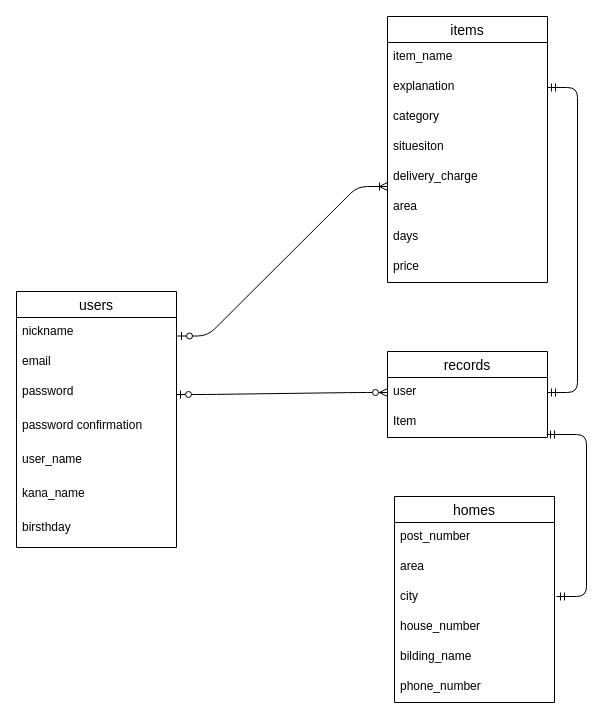
Above: test.dio in nanana4419/furima-37876 (draw.io), before the change. Source tidied: cells renumbered, new cells numbered last; positions are measured from the earlier drawing's top-left corner, leaving out a move shared by most shapes. Both pictures are drawn from the tidied source at 100%, with x=0, y=0 at pixel (16, 16).
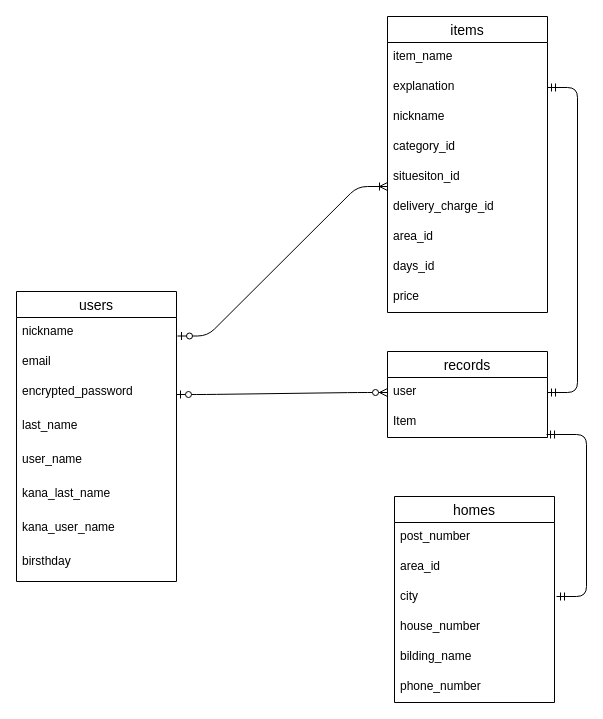
After the change.

The change refers to these unchanged cells:
```xml
<mxCell id="22" value="homes" style="swimlane;fontStyle=0;horizontal=1;startSize=26;align=center;fontSize=14;" parent="1" vertex="1">
  <mxGeometry x="378" y="480" width="160" height="206" as="geometry" />
</mxCell>
```

What changed in the source:
```diff
@@
     <mxCell id="2" value="users" style="swimlane;fontStyle=0;horizontal=1;startSize=26;align=center;fontSize=14;" parent="1" vertex="1">
-      <mxGeometry y="275" width="160" height="256" as="geometry" />
+      <mxGeometry y="275" width="160" height="290" as="geometry" />
     </mxCell>
@@
-    <mxCell id="5" value="password" style="text;strokeColor=none;fillColor=none;spacingLeft=4;spacingRight=4;overflow=hidden;points=[[0,0.5],[1,0.5]];portConstraint=eastwest;fontSize=12;" parent="2" vertex="1">
+    <mxCell id="5" value="encrypted_password" style="text;strokeColor=none;fillColor=none;spacingLeft=4;spacingRight=4;overflow=hidden;points=[[0,0.5],[1,0.5]];portConstraint=eastwest;fontSize=12;" parent="2" vertex="1">
       <mxGeometry y="86" width="160" height="34" as="geometry" />
     </mxCell>
-    <mxCell id="6" value="password confirmation" style="text;strokeColor=none;fillColor=none;spacingLeft=4;spacingRight=4;overflow=hidden;fontSize=12;" parent="2" vertex="1">
-      <mxGeometry y="120" width="160" height="34" as="geometry" />
-    </mxCell>
-    <mxCell id="7" value="user_name" style="text;strokeColor=none;fillColor=none;spacingLeft=4;spacingRight=4;overflow=hidden;fontSize=12;" parent="2" vertex="1">
-      <mxGeometry y="154" width="160" height="34" as="geometry" />
+    <mxCell id="7" value="last_name" style="text;strokeColor=none;fillColor=none;spacingLeft=4;spacingRight=4;overflow=hidden;fontSize=12;" parent="2" vertex="1">
+      <mxGeometry y="120" width="160" height="34" as="geometry" />
     </mxCell>
+    <mxCell id="33" value="user_name" style="text;strokeColor=none;fillColor=none;spacingLeft=4;spacingRight=4;overflow=hidden;fontSize=12;" parent="2" vertex="1">
+      <mxGeometry y="154" width="160" height="34" as="geometry" />
+    </mxCell>
-    <mxCell id="8" value="kana_name" style="text;strokeColor=none;fillColor=none;spacingLeft=4;spacingRight=4;overflow=hidden;fontSize=12;" parent="2" vertex="1">
+    <mxCell id="8" value="kana_last_name" style="text;strokeColor=none;fillColor=none;spacingLeft=4;spacingRight=4;overflow=hidden;fontSize=12;" parent="2" vertex="1">
       <mxGeometry y="188" width="160" height="34" as="geometry" />
     </mxCell>
+    <mxCell id="34" value="kana_user_name" style="text;strokeColor=none;fillColor=none;spacingLeft=4;spacingRight=4;overflow=hidden;fontSize=12;" parent="2" vertex="1">
+      <mxGeometry y="222" width="160" height="34" as="geometry" />
+    </mxCell>
     <mxCell id="9" value="birsthday" style="text;strokeColor=none;fillColor=none;spacingLeft=4;spacingRight=4;overflow=hidden;fontSize=12;" parent="2" vertex="1">
-      <mxGeometry y="222" width="160" height="34" as="geometry" />
+      <mxGeometry y="256" width="160" height="34" as="geometry" />
     </mxCell>
     <mxCell id="10" value="items" style="swimlane;fontStyle=0;horizontal=1;startSize=26;align=center;fontSize=14;" parent="1" vertex="1">
-      <mxGeometry x="371" width="160" height="266" as="geometry" />
+      <mxGeometry x="371" width="160" height="296" as="geometry" />
     </mxCell>
@@
+    <mxCell id="35" value="nickname" style="text;strokeColor=none;fillColor=none;spacingLeft=4;spacingRight=4;overflow=hidden;fontSize=12;" parent="10" vertex="1">
+      <mxGeometry y="86" width="160" height="30" as="geometry" />
+    </mxCell>
-    <mxCell id="13" value="category" style="text;strokeColor=none;fillColor=none;spacingLeft=4;spacingRight=4;overflow=hidden;fontSize=12;" parent="10" vertex="1">
-      <mxGeometry y="86" width="160" height="30" as="geometry" />
+    <mxCell id="13" value="category_id" style="text;strokeColor=none;fillColor=none;spacingLeft=4;spacingRight=4;overflow=hidden;fontSize=12;" parent="10" vertex="1">
+      <mxGeometry y="116" width="160" height="30" as="geometry" />
     </mxCell>
-    <mxCell id="14" value="situesiton" style="text;strokeColor=none;fillColor=none;spacingLeft=4;spacingRight=4;overflow=hidden;fontSize=12;" parent="10" vertex="1">
-      <mxGeometry y="116" width="160" height="30" as="geometry" />
+    <mxCell id="14" value="situesiton_id" style="text;strokeColor=none;fillColor=none;spacingLeft=4;spacingRight=4;overflow=hidden;fontSize=12;" parent="10" vertex="1">
+      <mxGeometry y="146" width="160" height="30" as="geometry" />
     </mxCell>
-    <mxCell id="15" value="delivery_charge" style="text;strokeColor=none;fillColor=none;spacingLeft=4;spacingRight=4;overflow=hidden;fontSize=12;" parent="10" vertex="1">
-      <mxGeometry y="146" width="160" height="30" as="geometry" />
+    <mxCell id="15" value="delivery_charge_id" style="text;strokeColor=none;fillColor=none;spacingLeft=4;spacingRight=4;overflow=hidden;fontSize=12;" parent="10" vertex="1">
+      <mxGeometry y="176" width="160" height="30" as="geometry" />
     </mxCell>
-    <mxCell id="16" value="area" style="text;strokeColor=none;fillColor=none;spacingLeft=4;spacingRight=4;overflow=hidden;fontSize=12;" parent="10" vertex="1">
-      <mxGeometry y="176" width="160" height="30" as="geometry" />
+    <mxCell id="16" value="area_id" style="text;strokeColor=none;fillColor=none;spacingLeft=4;spacingRight=4;overflow=hidden;fontSize=12;" parent="10" vertex="1">
+      <mxGeometry y="206" width="160" height="30" as="geometry" />
     </mxCell>
-    <mxCell id="17" value="days" style="text;strokeColor=none;fillColor=none;spacingLeft=4;spacingRight=4;overflow=hidden;fontSize=12;" parent="10" vertex="1">
-      <mxGeometry y="206" width="160" height="30" as="geometry" />
+    <mxCell id="17" value="days_id" style="text;strokeColor=none;fillColor=none;spacingLeft=4;spacingRight=4;overflow=hidden;fontSize=12;" parent="10" vertex="1">
+      <mxGeometry y="236" width="160" height="30" as="geometry" />
     </mxCell>
     <mxCell id="18" value="price" style="text;strokeColor=none;fillColor=none;spacingLeft=4;spacingRight=4;overflow=hidden;fontSize=12;" parent="10" vertex="1">
-      <mxGeometry y="236" width="160" height="30" as="geometry" />
+      <mxGeometry y="266" width="160" height="30" as="geometry" />
     </mxCell>
@@
-    <mxCell id="24" value="area" style="text;strokeColor=none;fillColor=none;spacingLeft=4;spacingRight=4;overflow=hidden;fontSize=12;" parent="22" vertex="1">
+    <mxCell id="24" value="area_id" style="text;strokeColor=none;fillColor=none;spacingLeft=4;spacingRight=4;overflow=hidden;fontSize=12;" parent="22" vertex="1">
       <mxGeometry y="56" width="160" height="30" as="geometry" />
     </mxCell>
```
